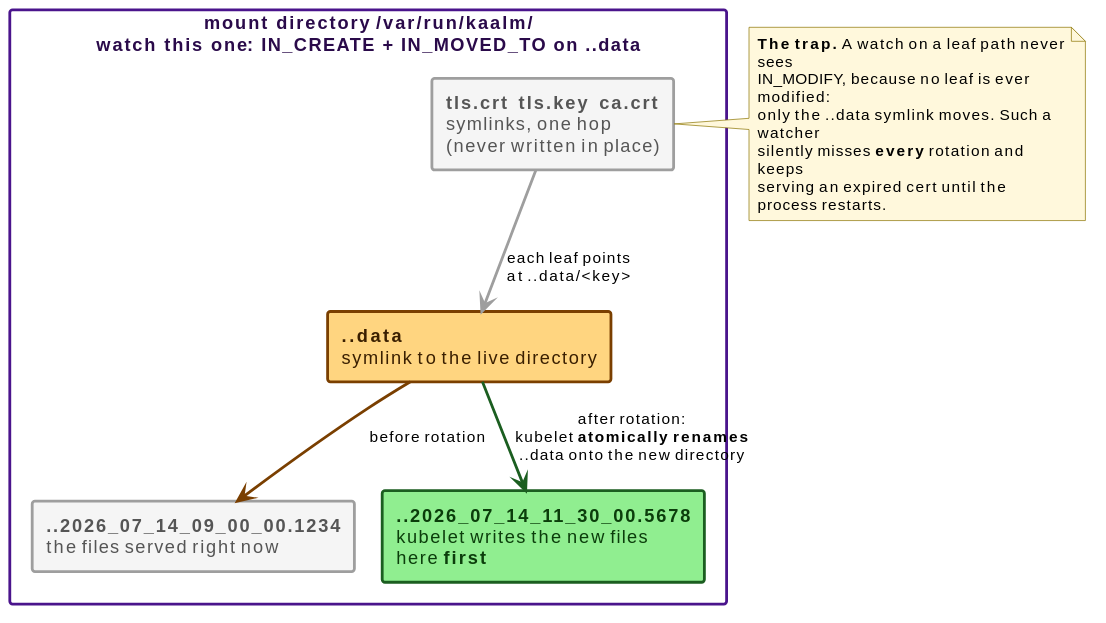
Before: docs/src/diagrams/projected-volume-rotation.svg, a diagram exported from PlantUML (win07xp/kaalm).
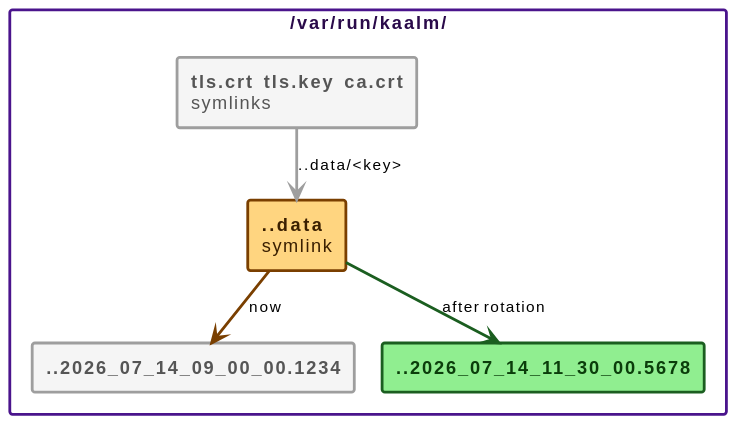
Later version of the same file.

What changed in the source:
```diff
@@ -7,26 +7,14 @@
   roundCorner 4
 }
 
-rectangle "mount directory **/var/run/kaalm/**\n**watch this one**: IN_CREATE + IN_MOVED_TO on ..data" as dir #line:4A148C;line.bold;text:2a0a4a {
-
-  rectangle "**tls.crt**  **tls.key**  **ca.crt**\nsymlinks, one hop\n(never written in place)" as leaves #back:F5F5F5;line:9E9E9E;line.bold;text:555555
-
-  rectangle "**..data**\nsymlink to the live directory" as data #back:FFD580;line:7a3f00;line.bold;text:3a1f00
-
-  rectangle "**..2026_07_14_09_00_00.1234**\nthe files served right now" as old #back:F5F5F5;line:9E9E9E;line.bold;text:555555
-
-  rectangle "**..2026_07_14_11_30_00.5678**\nkubelet writes the new files\nhere **first**" as new #back:90EE90;line:1B5E20;line.bold;text:0b3d0b
+rectangle "/var/run/kaalm/" as dir #line:4A148C;line.bold;text:2a0a4a {
+  rectangle "**tls.crt**  **tls.key**  **ca.crt**\nsymlinks" as leaves #back:F5F5F5;line:9E9E9E;line.bold;text:555555
+  rectangle "**..data**\nsymlink" as data #back:FFD580;line:7a3f00;line.bold;text:3a1f00
+  rectangle "**..2026_07_14_09_00_00.1234**" as old #back:F5F5F5;line:9E9E9E;line.bold;text:555555
+  rectangle "**..2026_07_14_11_30_00.5678**" as new #back:90EE90;line:1B5E20;line.bold;text:0b3d0b
 }
 
-leaves -[#9E9E9E,bold]-> data : each leaf points\nat ..data/<key>
-data -[#7a3f00,bold]-> old : before rotation
-data .[#1B5E20,bold].> new : after rotation:\nkubelet **atomically renames**\n..data onto the new directory
-
-note right of leaves
-  **The trap.** A watch on a leaf path never sees
-  IN_MODIFY, because no leaf is ever modified:
-  only the ..data symlink moves. Such a watcher
-  silently misses **every** rotation and keeps
-  serving an expired cert until the process restarts.
-end note
+leaves -[#9E9E9E,bold]-> data : ..data/<key>
+data -[#7a3f00,bold]-> old : now
+data .[#1B5E20,bold].> new : after rotation
 @enduml
```
